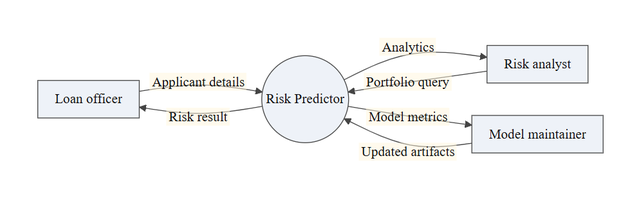
gursimrannkaurr/credoscore keeps this Mermaid diagram as report/assets/figures/fig-3-4-dfd0.png. Above is the earlier version. Its source is kept beside it as report/diagrams/fig-3-4-dfd0.mmd.
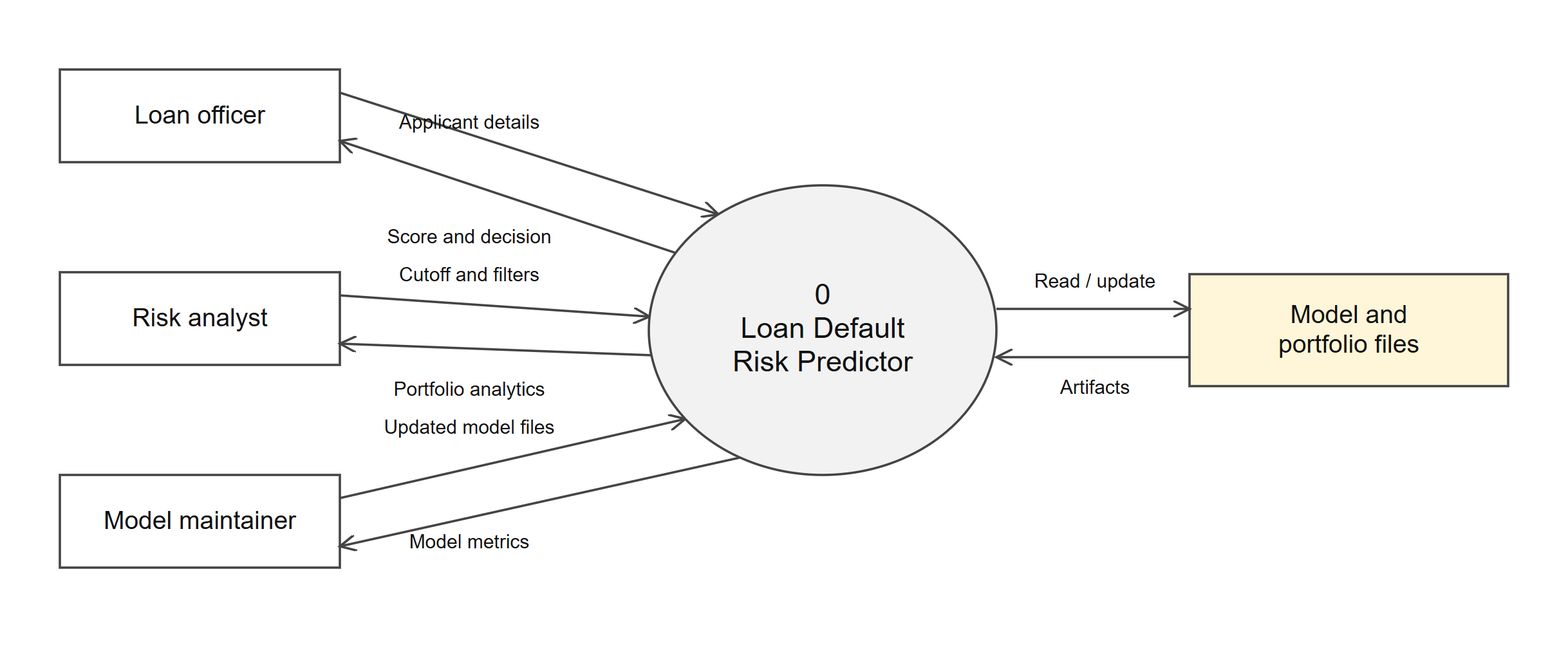
After the commit.

The edit, as a diff of the source:
```diff
@@ -1,7 +1,31 @@
 flowchart LR
- L[Loan officer] -->|Applicant details| S(("Risk Predictor"))
- S -->|Risk result| L
- R[Risk analyst] -->|Portfolio query| S
- S -->|Analytics| R
- M[Model maintainer] -->|Updated artifacts| S
- S -->|Model metrics| M
+    LO(["Loan officer"])
+    RA(["Risk analyst"])
+    MM(["Model maintainer"])
+
+    SYS("0<br/>Loan Default<br/>Risk Predictor")
+
+    D1[("D1 model.json")]
+    D2[("D2 portfolio.json")]
+    D3[("D3 german_credit.csv")]
+
+    LO -- "applicant details" --> SYS
+    SYS -- "score, decision, drivers" --> LO
+
+    RA -- "cutoff, segment queries" --> SYS
+    SYS -- "portfolio analytics" --> RA
+
+    MM -- "retrains and exports" --> SYS
+    SYS -- "model metrics" --> MM
+
+    SYS --- D1
+    SYS --- D2
+    SYS --- D3
+
+    classDef root fill:#FDE9D9,stroke:#C55A11,stroke-width:1.5px;
+    classDef mid fill:#DCE6F1,stroke:#2F5597,stroke-width:1.5px;
+    classDef leaf fill:#E2EFDA,stroke:#548235,stroke-width:1.5px;
+
+    class LO,RA,MM mid
+    class SYS root
+    class D1,D2,D3 leaf
```
